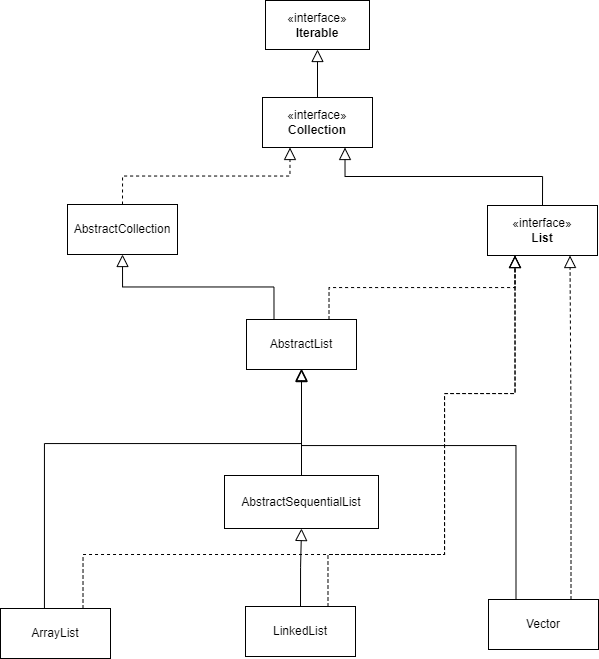
Earlier version of the draw.io export Java/Collection/Collection类图.drawio.png (wjb0823/drawio). Source tidied: cells renumbered, new cells last; positions are measured from the earlier drawing's top-left corner, leaving out a move shared by most shapes.
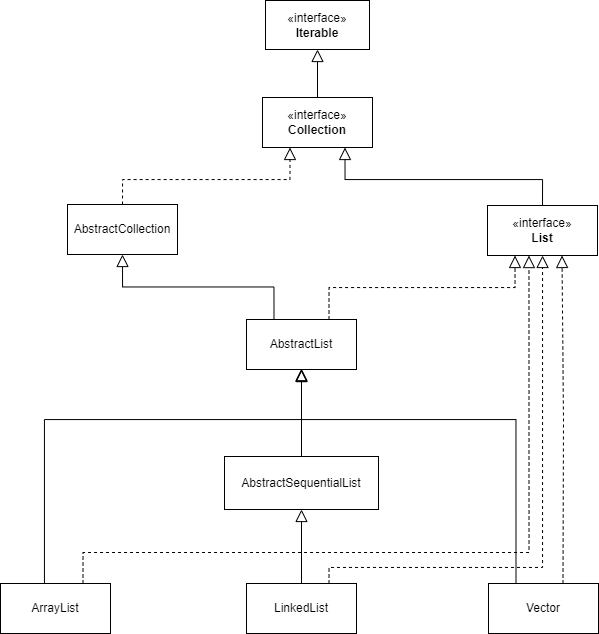
Later version of the same file.

The edit, as a diff of the source:
```diff
@@ -3,7 +3,12 @@
     <mxCell id="0" />
     <mxCell id="1" parent="0" />
     <mxCell id="2" style="edgeStyle=orthogonalEdgeStyle;rounded=0;jettySize=auto;html=1;entryX=0.25;entryY=1;entryDx=0;entryDy=0;exitX=0.5;exitY=0;exitDx=0;exitDy=0;dashed=1;endArrow=block;endFill=0;endSize=10;" parent="1" edge="1" source="3" target="20">
-      <mxGeometry relative="1" as="geometry" />
+      <mxGeometry relative="1" as="geometry">
+        <Array as="points">
+          <mxPoint x="122" y="179" />
+          <mxPoint x="290" y="179" />
+        </Array>
+      </mxGeometry>
     </mxCell>
     <mxCell id="3" value="AbstractCollection" style="html=1;whiteSpace=wrap;" parent="1" vertex="1">
       <mxGeometry x="67" y="204" width="110" height="50" as="geometry" />
@@ -17,64 +22,60 @@
     <mxCell id="6" style="edgeStyle=orthogonalEdgeStyle;rounded=0;jettySize=auto;html=1;exitX=0.5;exitY=0;exitDx=0;exitDy=0;entryX=0.5;entryY=1;entryDx=0;entryDy=0;endArrow=block;endFill=0;endSize=10;" parent="1" edge="1" source="8" target="10">
       <mxGeometry relative="1" as="geometry" />
     </mxCell>
-    <mxCell id="7" style="edgeStyle=orthogonalEdgeStyle;rounded=0;jettySize=auto;html=1;entryX=0.25;entryY=1;entryDx=0;entryDy=0;dashed=1;exitX=0.75;exitY=0;exitDx=0;exitDy=0;endArrow=block;endFill=0;endSize=10;" parent="1" edge="1" source="8" target="18">
+    <mxCell id="7" style="edgeStyle=orthogonalEdgeStyle;rounded=0;jettySize=auto;html=1;exitX=0.75;exitY=0;exitDx=0;exitDy=0;dashed=1;endArrow=block;endFill=0;endSize=10;" parent="1" edge="1" source="8" target="18">
       <mxGeometry relative="1" as="geometry">
         <Array as="points">
-          <mxPoint x="327" y="554" />
-          <mxPoint x="444" y="554" />
-          <mxPoint x="444" y="393" />
-          <mxPoint x="515" y="393" />
+          <mxPoint x="329" y="567" />
+          <mxPoint x="542" y="567" />
         </Array>
       </mxGeometry>
     </mxCell>
     <mxCell id="8" value="LinkedList" style="html=1;whiteSpace=wrap;" parent="1" vertex="1">
-      <mxGeometry x="245" y="606" width="110" height="50" as="geometry" />
+      <mxGeometry x="246" y="583" width="110" height="50" as="geometry" />
     </mxCell>
     <mxCell id="9" style="edgeStyle=orthogonalEdgeStyle;rounded=0;jettySize=auto;html=1;exitX=0.5;exitY=0;exitDx=0;exitDy=0;entryX=0.5;entryY=1;entryDx=0;entryDy=0;endArrow=block;endFill=0;endSize=10;" parent="1" edge="1" source="10" target="22">
       <mxGeometry relative="1" as="geometry" />
     </mxCell>
     <mxCell id="10" value="AbstractSequentialList" style="html=1;whiteSpace=wrap;" parent="1" vertex="1">
-      <mxGeometry x="224" y="475" width="154" height="53" as="geometry" />
+      <mxGeometry x="224" y="456" width="154" height="53" as="geometry" />
     </mxCell>
-    <mxCell id="11" style="edgeStyle=orthogonalEdgeStyle;rounded=0;jettySize=auto;html=1;exitX=0.75;exitY=0;exitDx=0;exitDy=0;entryX=0.75;entryY=1;entryDx=0;entryDy=0;endArrow=block;endFill=0;endSize=10;dashed=1;" parent="1" edge="1" source="13" target="18">
-      <mxGeometry relative="1" as="geometry" />
-    </mxCell>
     <mxCell id="12" style="edgeStyle=orthogonalEdgeStyle;rounded=0;orthogonalLoop=1;jettySize=auto;html=1;exitX=0.25;exitY=0;exitDx=0;exitDy=0;entryX=0.5;entryY=1;entryDx=0;entryDy=0;endArrow=block;endFill=0;endSize=10;" parent="1" edge="1">
       <mxGeometry relative="1" as="geometry">
         <mxPoint x="515.5" y="598" as="sourcePoint" />
         <mxPoint x="301" y="368" as="targetPoint" />
         <Array as="points">
-          <mxPoint x="515" y="445" />
-          <mxPoint x="301" y="445" />
+          <mxPoint x="516" y="419" />
+          <mxPoint x="301" y="419" />
         </Array>
       </mxGeometry>
     </mxCell>
+    <mxCell id="23" style="edgeStyle=orthogonalEdgeStyle;rounded=0;orthogonalLoop=1;jettySize=auto;html=1;exitX=0.75;exitY=0;exitDx=0;exitDy=0;entryX=0.75;entryY=1;entryDx=0;entryDy=0;endArrow=block;endFill=0;endSize=10;dashed=1;" parent="1" edge="1">
+      <mxGeometry relative="1" as="geometry">
+        <mxPoint x="562.5" y="583" as="sourcePoint" />
+        <mxPoint x="561.5" y="255" as="targetPoint" />
+      </mxGeometry>
+    </mxCell>
     <mxCell id="13" value="Vector" style="html=1;whiteSpace=wrap;" parent="1" vertex="1">
-      <mxGeometry x="488" y="599" width="110" height="50" as="geometry" />
+      <mxGeometry x="488" y="583" width="110" height="50" as="geometry" />
     </mxCell>
     <mxCell id="14" style="edgeStyle=orthogonalEdgeStyle;rounded=0;jettySize=auto;html=1;entryX=0.5;entryY=1;entryDx=0;entryDy=0;endArrow=block;endFill=0;endSize=10;" parent="1" edge="1" source="16" target="22">
       <mxGeometry relative="1" as="geometry">
         <Array as="points">
-          <mxPoint x="44" y="443" />
-          <mxPoint x="301" y="443" />
+          <mxPoint x="44" y="419" />
+          <mxPoint x="301" y="419" />
         </Array>
       </mxGeometry>
     </mxCell>
-    <mxCell id="15" style="edgeStyle=orthogonalEdgeStyle;rounded=0;jettySize=auto;html=1;exitX=0.75;exitY=0;exitDx=0;exitDy=0;entryX=0.25;entryY=1;entryDx=0;entryDy=0;dashed=1;endArrow=block;endFill=0;endSize=10;" parent="1" edge="1" source="16" target="18">
-      <mxGeometry relative="1" as="geometry">
-        <Array as="points">
-          <mxPoint x="83" y="554" />
-          <mxPoint x="444" y="554" />
-          <mxPoint x="444" y="393" />
-          <mxPoint x="515" y="393" />
-        </Array>
-      </mxGeometry>
-    </mxCell>
     <mxCell id="16" value="ArrayList" style="html=1;whiteSpace=wrap;" parent="1" vertex="1">
-      <mxGeometry y="608" width="110" height="50" as="geometry" />
+      <mxGeometry y="583" width="110" height="50" as="geometry" />
     </mxCell>
     <mxCell id="17" style="edgeStyle=orthogonalEdgeStyle;rounded=0;jettySize=auto;html=1;exitX=0.5;exitY=0;exitDx=0;exitDy=0;endArrow=block;endFill=0;endSize=10;entryX=0.75;entryY=1;entryDx=0;entryDy=0;" parent="1" edge="1" source="18" target="20">
-      <mxGeometry relative="1" as="geometry" />
+      <mxGeometry relative="1" as="geometry">
+        <Array as="points">
+          <mxPoint x="542" y="179" />
+          <mxPoint x="345" y="179" />
+        </Array>
+      </mxGeometry>
     </mxCell>
     <mxCell id="18" value="«interface»&lt;br&gt;&lt;b&gt;List&lt;/b&gt;" style="html=1;whiteSpace=wrap;" parent="1" vertex="1">
       <mxGeometry x="487" y="205" width="110" height="50" as="geometry" />
@@ -85,11 +86,19 @@
     <mxCell id="20" value="«interface»&lt;br&gt;&lt;b&gt;Collection&lt;/b&gt;" style="html=1;whiteSpace=wrap;" parent="1" vertex="1">
       <mxGeometry x="262" y="97" width="110" height="50" as="geometry" />
     </mxCell>
-    <mxCell id="21" style="edgeStyle=orthogonalEdgeStyle;rounded=0;jettySize=auto;html=1;exitX=0.75;exitY=0;exitDx=0;exitDy=0;entryX=0.25;entryY=1;entryDx=0;entryDy=0;dashed=1;endArrow=block;endFill=0;endSize=10;" parent="1" edge="1" source="22" target="18">
+    <mxCell id="21" style="edgeStyle=orthogonalEdgeStyle;rounded=0;jettySize=auto;html=1;exitX=0.75;exitY=0;exitDx=0;exitDy=0;entryX=0.25;entryY=1;entryDx=0;entryDy=0;endSize=10;dashed=1;endArrow=block;endFill=0;" parent="1" edge="1" source="22" target="18">
       <mxGeometry relative="1" as="geometry" />
     </mxCell>
     <mxCell id="22" value="AbstractList" style="html=1;whiteSpace=wrap;" parent="1" vertex="1">
       <mxGeometry x="246" y="319" width="110" height="50" as="geometry" />
     </mxCell>
+    <mxCell id="15" style="edgeStyle=orthogonalEdgeStyle;rounded=0;jettySize=auto;html=1;exitX=0.75;exitY=0;exitDx=0;exitDy=0;entryX=0.377;entryY=1.001;entryDx=0;entryDy=0;entryPerimeter=0;endArrow=block;endFill=0;dashed=1;endSize=10;" parent="1" edge="1" source="16" target="18">
+      <mxGeometry relative="1" as="geometry">
+        <Array as="points">
+          <mxPoint x="83" y="552" />
+          <mxPoint x="529" y="552" />
+        </Array>
+      </mxGeometry>
+    </mxCell>
   </root>
 </mxGraphModel>
```
